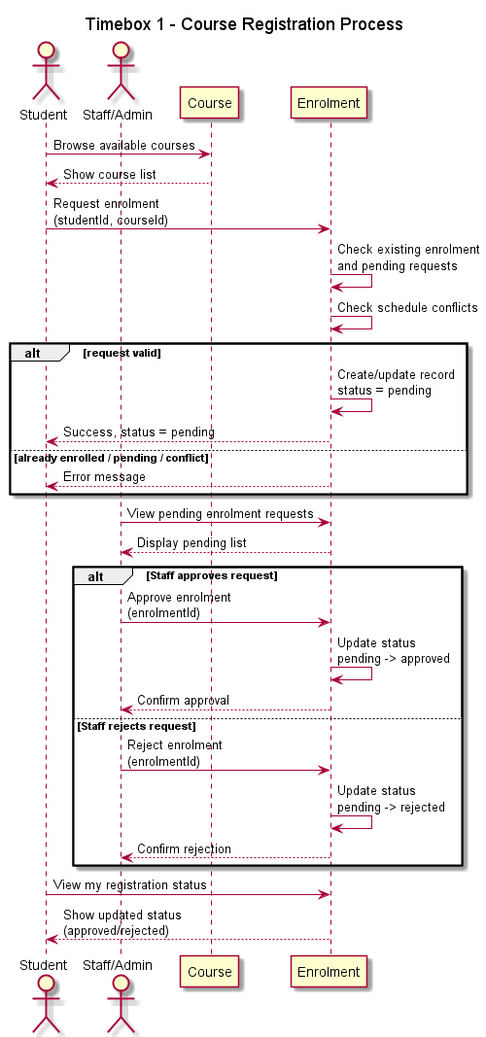
KyawMyoHtay1/academic-portal keeps this PlantUML diagram as out/sequence/Timebox1_SequenceDiagram/Timebox1_SequenceDiagram.png. Above is the earlier version.
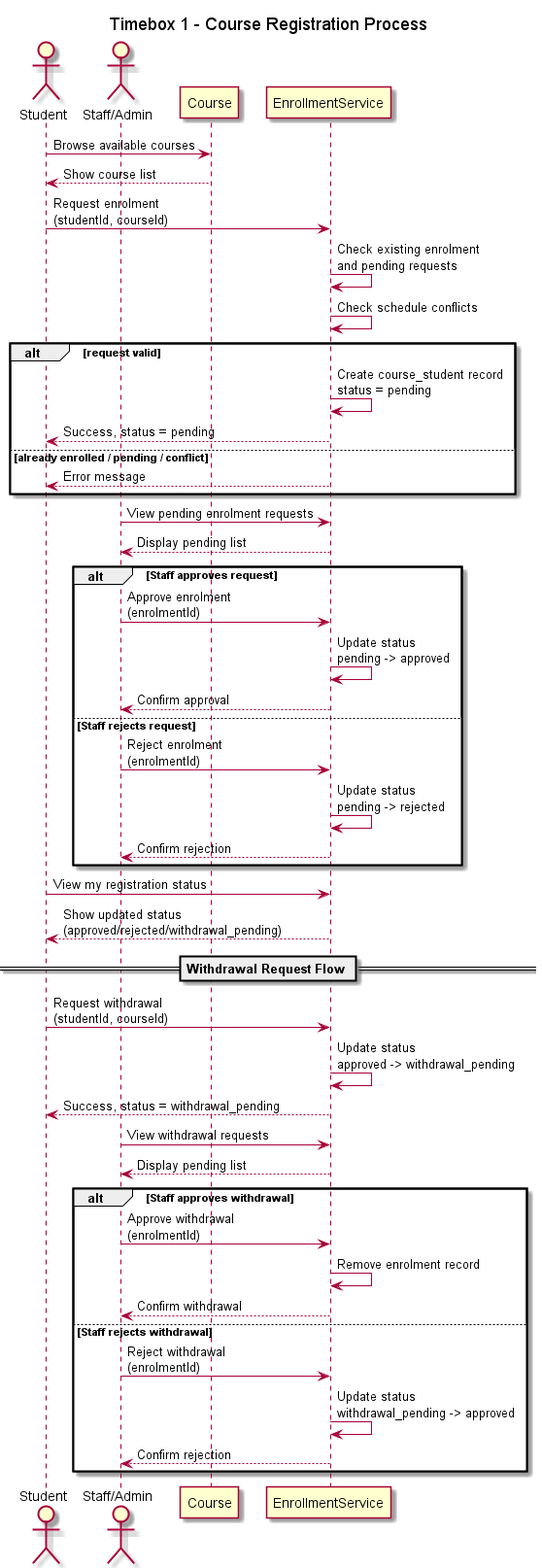
After the change.

What changed in the source:
```diff
@@ -5,35 +5,54 @@
 actor Staff as "Staff/Admin"
 
 participant "Course" as Course
-participant "Enrolment" as Enrolment
+participant "EnrollmentService" as EnrollmentService
 
 Student -> Course: Browse available courses
 Course --> Student: Show course list
 
-Student -> Enrolment: Request enrolment\n(studentId, courseId)
-Enrolment -> Enrolment: Check existing enrolment\nand pending requests
-Enrolment -> Enrolment: Check schedule conflicts
+Student -> EnrollmentService: Request enrolment\n(studentId, courseId)
+EnrollmentService -> EnrollmentService: Check existing enrolment\nand pending requests
+EnrollmentService -> EnrollmentService: Check schedule conflicts
 alt request valid
-  Enrolment -> Enrolment: Create/update record\nstatus = pending
-  Enrolment --> Student: Success, status = pending
+  EnrollmentService -> EnrollmentService: Create course_student record\nstatus = pending
+  EnrollmentService --> Student: Success, status = pending
 else already enrolled / pending / conflict
-  Enrolment --> Student: Error message
+  EnrollmentService --> Student: Error message
 end
 
-Staff -> Enrolment: View pending enrolment requests
-Enrolment --> Staff: Display pending list
+Staff -> EnrollmentService: View pending enrolment requests
+EnrollmentService --> Staff: Display pending list
 
 alt Staff approves request
-  Staff -> Enrolment: Approve enrolment\n(enrolmentId)
-  Enrolment -> Enrolment: Update status\npending -> approved
-  Enrolment --> Staff: Confirm approval
+  Staff -> EnrollmentService: Approve enrolment\n(enrolmentId)
+  EnrollmentService -> EnrollmentService: Update status\npending -> approved
+  EnrollmentService --> Staff: Confirm approval
 else Staff rejects request
-  Staff -> Enrolment: Reject enrolment\n(enrolmentId)
-  Enrolment -> Enrolment: Update status\npending -> rejected
-  Enrolment --> Staff: Confirm rejection
+  Staff -> EnrollmentService: Reject enrolment\n(enrolmentId)
+  EnrollmentService -> EnrollmentService: Update status\npending -> rejected
+  EnrollmentService --> Staff: Confirm rejection
 end
 
-Student -> Enrolment: View my registration status
-Enrolment --> Student: Show updated status\n(approved/rejected)
+Student -> EnrollmentService: View my registration status
+EnrollmentService --> Student: Show updated status\n(approved/rejected/withdrawal_pending)
+
+== Withdrawal Request Flow ==
+
+Student -> EnrollmentService: Request withdrawal\n(studentId, courseId)
+EnrollmentService -> EnrollmentService: Update status\napproved -> withdrawal_pending
+EnrollmentService --> Student: Success, status = withdrawal_pending
+
+Staff -> EnrollmentService: View withdrawal requests
+EnrollmentService --> Staff: Display pending list
+
+alt Staff approves withdrawal
+  Staff -> EnrollmentService: Approve withdrawal\n(enrolmentId)
+  EnrollmentService -> EnrollmentService: Remove enrolment record
+  EnrollmentService --> Staff: Confirm withdrawal
+else Staff rejects withdrawal
+  Staff -> EnrollmentService: Reject withdrawal\n(enrolmentId)
+  EnrollmentService -> EnrollmentService: Update status\nwithdrawal_pending -> approved
+  EnrollmentService --> Staff: Confirm rejection
+end
 
 @enduml
```
